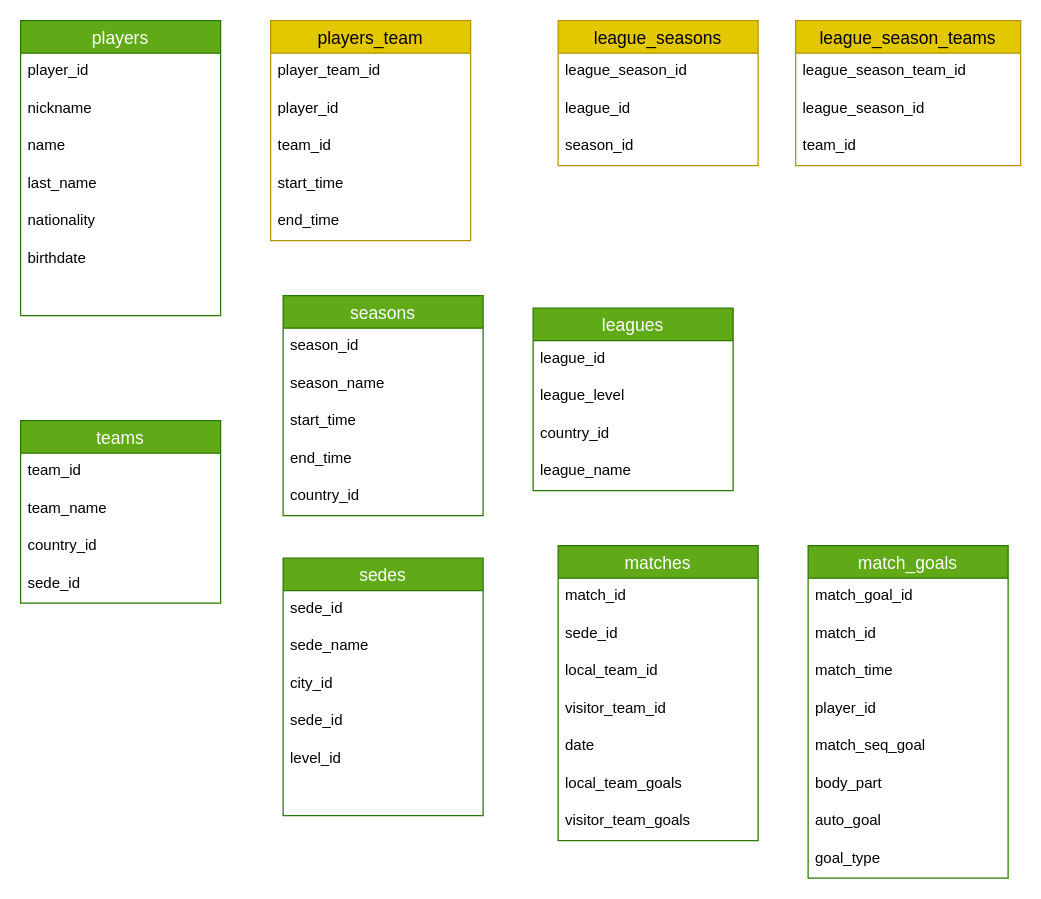
Before: page "preliminar" (1 of 2) of soccer_model.drawio in r3card0/soccer.stats, a draw.io diagram. Source tidied: cells renumbered, new cells numbered last; positions are measured from the earlier drawing's top-left corner, leaving out a move shared by most shapes. Both pictures are drawn from the tidied source at 125%, with x=0, y=0 at pixel (20, 20).
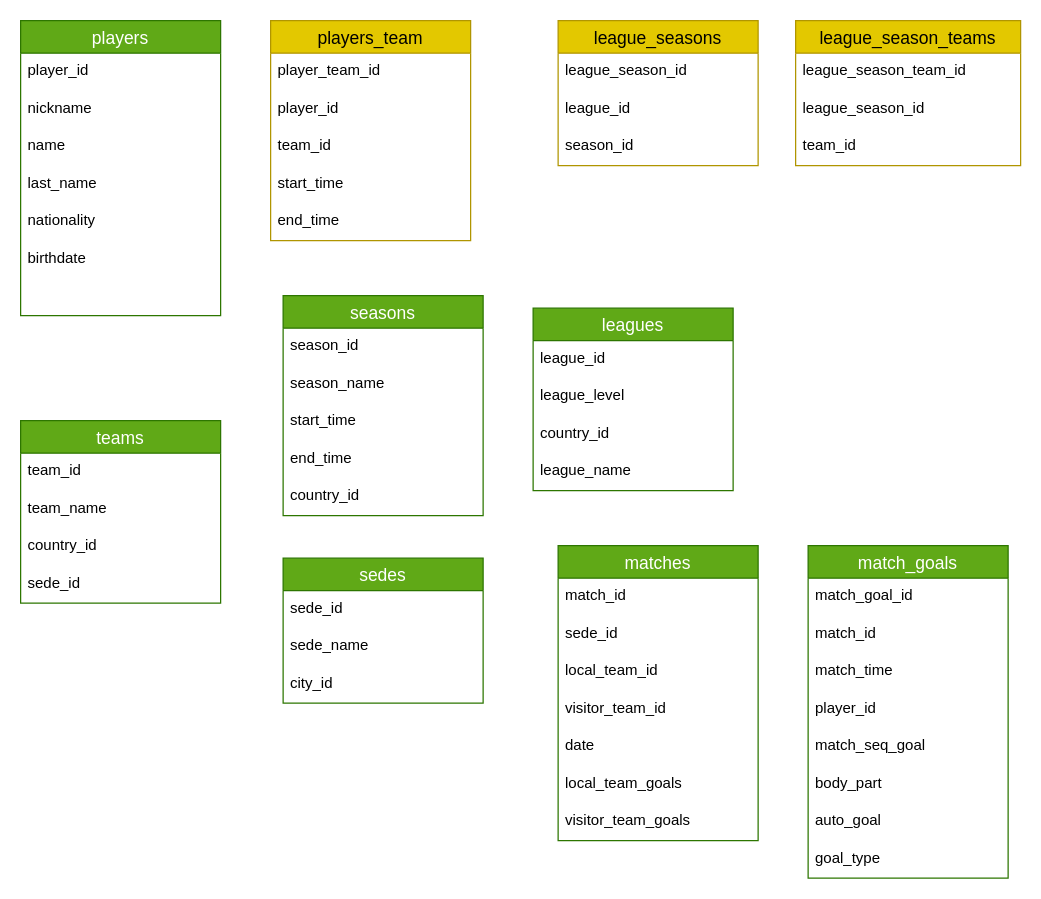
Above is the later version.

Commit message:
delete unnecessary columns from sedes model

Change to the diagram source:
```diff
@@
     <mxCell id="36" value="sedes" style="swimlane;fontStyle=0;horizontal=1;startSize=26;align=center;fontSize=14;fillColor=#60a917;fontColor=#ffffff;strokeColor=#2D7600;" parent="1" vertex="1">
-      <mxGeometry x="210" y="430" width="160" height="206" as="geometry" />
+      <mxGeometry x="210" y="430" width="160" height="116" as="geometry" />
     </mxCell>
@@
-    <mxCell id="40" value="sede_id" style="text;strokeColor=none;fillColor=none;spacingLeft=4;spacingRight=4;overflow=hidden;fontSize=12;" parent="36" vertex="1">
-      <mxGeometry y="116" width="160" height="30" as="geometry" />
-    </mxCell>
-    <mxCell id="41" value="level_id" style="text;strokeColor=none;fillColor=none;spacingLeft=4;spacingRight=4;overflow=hidden;fontSize=12;" parent="36" vertex="1">
-      <mxGeometry y="146" width="160" height="30" as="geometry" />
-    </mxCell>
-    <mxCell id="42" style="text;strokeColor=none;fillColor=none;spacingLeft=4;spacingRight=4;overflow=hidden;fontSize=12;" parent="36" vertex="1">
-      <mxGeometry y="176" width="160" height="30" as="geometry" />
-    </mxCell>
```
